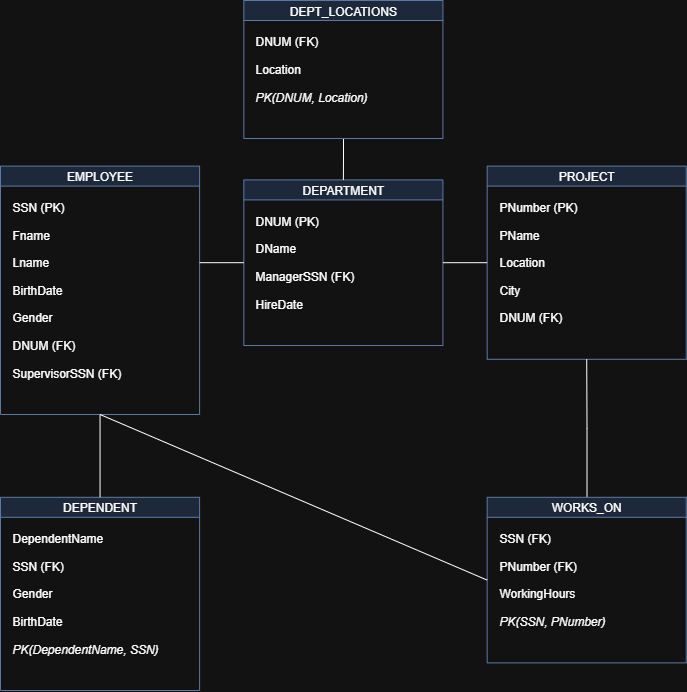
The draw.io diagram Relational Schema.png in 6qzr/Company-ER-Diagram, before a commit. Source tidied: cells renumbered, new cells last; positions are measured from the earlier drawing's top-left corner, leaving out a move shared by most shapes. The source it was exported from:
```xml
<mxGraphModel>
  <root>
    <mxCell id="0" />
    <mxCell id="1" parent="0" />
    <mxCell id="2" value="EMPLOYEE" style="shape=swimlane;startSize=20;fillColor=#dae8fc;strokeColor=#6c8ebf;" parent="1" vertex="1">
      <mxGeometry y="165.6" width="199.1" height="248.4" as="geometry" />
    </mxCell>
    <mxCell id="3" value="SSN (PK)" style="text;html=1;align=left;verticalAlign=middle;spacingLeft=10;" parent="2" vertex="1">
      <mxGeometry y="27.6" width="199.1" height="27.6" as="geometry" />
    </mxCell>
    <mxCell id="4" value="Fname" style="text;html=1;align=left;verticalAlign=middle;spacingLeft=10;" parent="2" vertex="1">
      <mxGeometry y="55.2" width="199.1" height="27.6" as="geometry" />
    </mxCell>
    <mxCell id="5" value="Lname" style="text;html=1;align=left;verticalAlign=middle;spacingLeft=10;" parent="2" vertex="1">
      <mxGeometry y="82.8" width="199.1" height="27.6" as="geometry" />
    </mxCell>
    <mxCell id="6" value="BirthDate" style="text;html=1;align=left;verticalAlign=middle;spacingLeft=10;" parent="2" vertex="1">
      <mxGeometry y="110.4" width="199.1" height="27.6" as="geometry" />
    </mxCell>
    <mxCell id="7" value="Gender" style="text;html=1;align=left;verticalAlign=middle;spacingLeft=10;" parent="2" vertex="1">
      <mxGeometry y="138" width="199.1" height="27.6" as="geometry" />
    </mxCell>
    <mxCell id="8" value="DNUM (FK)" style="text;html=1;align=left;verticalAlign=middle;spacingLeft=10;" parent="2" vertex="1">
      <mxGeometry y="165.6" width="199.1" height="27.6" as="geometry" />
    </mxCell>
    <mxCell id="9" value="SupervisorSSN (FK)" style="text;html=1;align=left;verticalAlign=middle;spacingLeft=10;" parent="2" vertex="1">
      <mxGeometry y="193.2" width="199.1" height="27.6" as="geometry" />
    </mxCell>
    <mxCell id="10" value="DEPARTMENT" style="shape=swimlane;startSize=20;fillColor=#dae8fc;strokeColor=#6c8ebf;" parent="1" vertex="1">
      <mxGeometry x="243.3" y="179.4" width="199.1" height="165.6" as="geometry" />
    </mxCell>
    <mxCell id="11" value="DNUM (PK)" style="text;html=1;align=left;verticalAlign=middle;spacingLeft=10;" parent="10" vertex="1">
      <mxGeometry y="27.6" width="199.1" height="27.6" as="geometry" />
    </mxCell>
    <mxCell id="12" value="DName" style="text;html=1;align=left;verticalAlign=middle;spacingLeft=10;" parent="10" vertex="1">
      <mxGeometry y="55.2" width="199.1" height="27.6" as="geometry" />
    </mxCell>
    <mxCell id="13" value="ManagerSSN (FK)" style="text;html=1;align=left;verticalAlign=middle;spacingLeft=10;" parent="10" vertex="1">
      <mxGeometry y="82.8" width="199.1" height="27.6" as="geometry" />
    </mxCell>
    <mxCell id="14" value="HireDate" style="text;html=1;align=left;verticalAlign=middle;spacingLeft=10;" parent="10" vertex="1">
      <mxGeometry y="110.4" width="199.1" height="27.6" as="geometry" />
    </mxCell>
    <mxCell id="15" value="PROJECT" style="shape=swimlane;startSize=20;fillColor=#dae8fc;strokeColor=#6c8ebf;" parent="1" vertex="1">
      <mxGeometry x="486.7" y="165.6" width="199.1" height="193.2" as="geometry" />
    </mxCell>
    <mxCell id="16" value="PNumber (PK)" style="text;html=1;align=left;verticalAlign=middle;spacingLeft=10;" parent="15" vertex="1">
      <mxGeometry y="27.6" width="199.1" height="27.6" as="geometry" />
    </mxCell>
    <mxCell id="17" value="PName" style="text;html=1;align=left;verticalAlign=middle;spacingLeft=10;" parent="15" vertex="1">
      <mxGeometry y="55.2" width="199.1" height="27.6" as="geometry" />
    </mxCell>
    <mxCell id="18" value="Location" style="text;html=1;align=left;verticalAlign=middle;spacingLeft=10;" parent="15" vertex="1">
      <mxGeometry y="82.8" width="199.1" height="27.6" as="geometry" />
    </mxCell>
    <mxCell id="19" value="City" style="text;html=1;align=left;verticalAlign=middle;spacingLeft=10;" parent="15" vertex="1">
      <mxGeometry y="110.4" width="199.1" height="27.6" as="geometry" />
    </mxCell>
    <mxCell id="20" value="DNUM (FK)" style="text;html=1;align=left;verticalAlign=middle;spacingLeft=10;" parent="15" vertex="1">
      <mxGeometry y="138" width="199.1" height="27.6" as="geometry" />
    </mxCell>
    <mxCell id="21" value="DEPENDENT" style="shape=swimlane;startSize=20;fillColor=#dae8fc;strokeColor=#6c8ebf;" parent="1" vertex="1">
      <mxGeometry y="496.8" width="199.1" height="193.2" as="geometry" />
    </mxCell>
    <mxCell id="22" value="DependentName" style="text;html=1;align=left;verticalAlign=middle;spacingLeft=10;" parent="21" vertex="1">
      <mxGeometry y="27.6" width="199.1" height="27.6" as="geometry" />
    </mxCell>
    <mxCell id="23" value="SSN (FK)" style="text;html=1;align=left;verticalAlign=middle;spacingLeft=10;" parent="21" vertex="1">
      <mxGeometry y="55.2" width="199.1" height="27.6" as="geometry" />
    </mxCell>
    <mxCell id="24" value="Gender" style="text;html=1;align=left;verticalAlign=middle;spacingLeft=10;" parent="21" vertex="1">
      <mxGeometry y="82.8" width="199.1" height="27.6" as="geometry" />
    </mxCell>
    <mxCell id="25" value="BirthDate" style="text;html=1;align=left;verticalAlign=middle;spacingLeft=10;" parent="21" vertex="1">
      <mxGeometry y="110.4" width="199.1" height="27.6" as="geometry" />
    </mxCell>
    <mxCell id="26" value="PK(DependentName, SSN)" style="text;html=1;align=left;verticalAlign=middle;spacingLeft=10;fontStyle=2;" parent="21" vertex="1">
      <mxGeometry y="138" width="199.1" height="27.6" as="geometry" />
    </mxCell>
    <mxCell id="27" style="edgeStyle=orthogonalEdgeStyle;rounded=0;jettySize=auto;html=1;entryX=0.5;entryY=1;entryDx=0;entryDy=0;endArrow=none;endFill=0;" parent="1" edge="1" source="28" target="15">
      <mxGeometry relative="1" as="geometry" />
    </mxCell>
    <mxCell id="28" value="WORKS_ON" style="shape=swimlane;startSize=20;fillColor=#dae8fc;strokeColor=#6c8ebf;" parent="1" vertex="1">
      <mxGeometry x="486.7" y="496.8" width="199.1" height="165.6" as="geometry" />
    </mxCell>
    <mxCell id="29" value="SSN (FK)" style="text;html=1;align=left;verticalAlign=middle;spacingLeft=10;" parent="28" vertex="1">
      <mxGeometry y="27.6" width="199.1" height="27.6" as="geometry" />
    </mxCell>
    <mxCell id="30" value="PNumber (FK)" style="text;html=1;align=left;verticalAlign=middle;spacingLeft=10;" parent="28" vertex="1">
      <mxGeometry y="55.2" width="199.1" height="27.6" as="geometry" />
    </mxCell>
    <mxCell id="31" value="WorkingHours" style="text;html=1;align=left;verticalAlign=middle;spacingLeft=10;" parent="28" vertex="1">
      <mxGeometry y="82.8" width="199.1" height="27.6" as="geometry" />
    </mxCell>
    <mxCell id="32" value="PK(SSN, PNumber)" style="text;html=1;align=left;verticalAlign=middle;spacingLeft=10;fontStyle=2;" parent="28" vertex="1">
      <mxGeometry y="110.4" width="199.1" height="27.6" as="geometry" />
    </mxCell>
    <mxCell id="33" style="endArrow=none;html=1;rounded=0;exitX=1;exitY=0.5;exitDx=0;exitDy=0;entryX=0;entryY=0.5;entryDx=0;entryDy=0;endFill=0;" parent="1" edge="1" source="5" target="10">
      <mxGeometry relative="1" as="geometry" />
    </mxCell>
    <mxCell id="34" style="endArrow=none;html=1;rounded=0;exitX=1;exitY=0.5;exitDx=0;exitDy=0;entryX=0;entryY=0.5;entryDx=0;entryDy=0;endFill=0;" parent="1" edge="1" source="10" target="15">
      <mxGeometry relative="1" as="geometry" />
    </mxCell>
    <mxCell id="35" style="endArrow=none;html=1;rounded=0;exitX=0.5;exitY=1;exitDx=0;exitDy=0;entryX=0.5;entryY=0;entryDx=0;entryDy=0;endFill=0;" parent="1" edge="1" source="2" target="21">
      <mxGeometry relative="1" as="geometry" />
    </mxCell>
    <mxCell id="36" style="endArrow=none;html=1;rounded=0;exitX=0.5;exitY=1;exitDx=0;exitDy=0;entryX=0;entryY=0.5;entryDx=0;entryDy=0;endFill=0;" parent="1" edge="1" source="2" target="28">
      <mxGeometry relative="1" as="geometry" />
    </mxCell>
    <mxCell id="37" style="edgeStyle=orthogonalEdgeStyle;rounded=0;jettySize=auto;html=1;entryX=0.5;entryY=0;entryDx=0;entryDy=0;endArrow=none;endFill=0;" parent="1" edge="1" source="38" target="10">
      <mxGeometry relative="1" as="geometry" />
    </mxCell>
    <mxCell id="38" value="DEPT_LOCATIONS" style="shape=swimlane;startSize=20;fillColor=#dae8fc;strokeColor=#6c8ebf;" parent="1" vertex="1">
      <mxGeometry x="243.3" width="199.1" height="138" as="geometry" />
    </mxCell>
    <mxCell id="39" value="DNUM (FK)" style="text;html=1;align=left;verticalAlign=middle;spacingLeft=10;" parent="38" vertex="1">
      <mxGeometry y="27.6" width="199.1" height="27.6" as="geometry" />
    </mxCell>
    <mxCell id="40" value="Location" style="text;html=1;align=left;verticalAlign=middle;spacingLeft=10;" parent="38" vertex="1">
      <mxGeometry y="55.2" width="199.1" height="27.6" as="geometry" />
    </mxCell>
    <mxCell id="41" value="PK(DNUM, Location)" style="text;html=1;align=left;verticalAlign=middle;spacingLeft=10;fontStyle=2;" parent="38" vertex="1">
      <mxGeometry y="82.8" width="199.1" height="27.6" as="geometry" />
    </mxCell>
  </root>
</mxGraphModel>
```
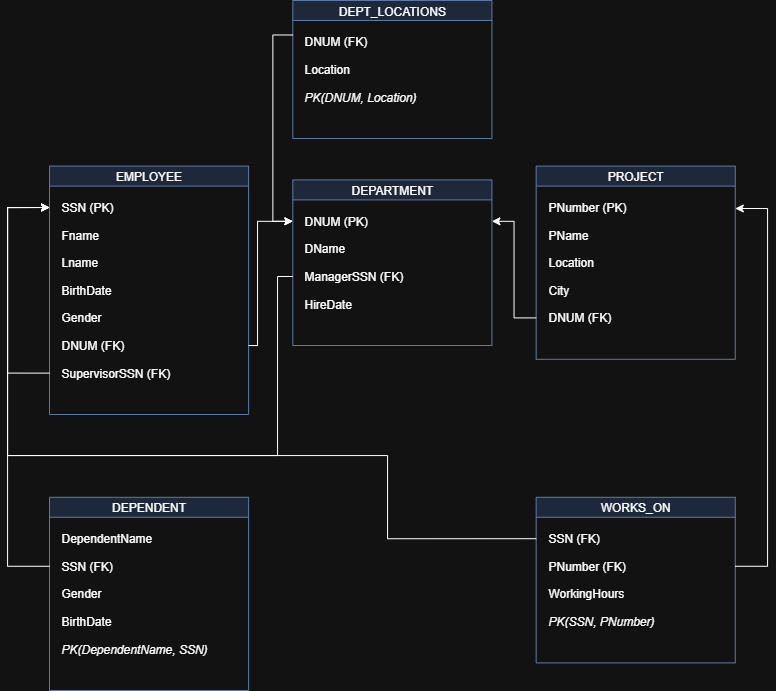
The same diagram one commit later.

The edit, as a diff of the source:
```diff
@@ -14,15 +14,23 @@
     <mxCell id="5" value="Lname" style="text;html=1;align=left;verticalAlign=middle;spacingLeft=10;" parent="2" vertex="1">
       <mxGeometry y="82.8" width="199.1" height="27.6" as="geometry" />
     </mxCell>
-    <mxCell id="6" value="BirthDate" style="text;html=1;align=left;verticalAlign=middle;spacingLeft=10;" parent="2" vertex="1">
-      <mxGeometry y="110.4" width="199.1" height="27.6" as="geometry" />
-    </mxCell>
+    <mxCell id="42" value="BirthDate" style="text;html=1;align=left;verticalAlign=middle;spacingLeft=10;" parent="2" vertex="1">
+      <mxGeometry y="110.4" width="199.1" height="27.6" as="geometry" />
+    </mxCell>
     <mxCell id="7" value="Gender" style="text;html=1;align=left;verticalAlign=middle;spacingLeft=10;" parent="2" vertex="1">
       <mxGeometry y="138" width="199.1" height="27.6" as="geometry" />
     </mxCell>
     <mxCell id="8" value="DNUM (FK)" style="text;html=1;align=left;verticalAlign=middle;spacingLeft=10;" parent="2" vertex="1">
       <mxGeometry y="165.6" width="199.1" height="27.6" as="geometry" />
     </mxCell>
+    <mxCell id="43" style="edgeStyle=orthogonalEdgeStyle;rounded=0;jettySize=auto;html=1;entryX=0;entryY=0.5;entryDx=0;entryDy=0;exitX=0;exitY=0.5;exitDx=0;exitDy=0;" parent="2" edge="1" source="9" target="3">
+      <mxGeometry relative="1" as="geometry">
+        <Array as="points">
+          <mxPoint x="-42" y="207" />
+          <mxPoint x="-42" y="41" />
+        </Array>
+      </mxGeometry>
+    </mxCell>
     <mxCell id="9" value="SupervisorSSN (FK)" style="text;html=1;align=left;verticalAlign=middle;spacingLeft=10;" parent="2" vertex="1">
       <mxGeometry y="193.2" width="199.1" height="27.6" as="geometry" />
     </mxCell>
@@ -71,15 +79,12 @@
     <mxCell id="24" value="Gender" style="text;html=1;align=left;verticalAlign=middle;spacingLeft=10;" parent="21" vertex="1">
       <mxGeometry y="82.8" width="199.1" height="27.6" as="geometry" />
     </mxCell>
-    <mxCell id="25" value="BirthDate" style="text;html=1;align=left;verticalAlign=middle;spacingLeft=10;" parent="21" vertex="1">
-      <mxGeometry y="110.4" width="199.1" height="27.6" as="geometry" />
-    </mxCell>
+    <mxCell id="44" value="BirthDate" style="text;html=1;align=left;verticalAlign=middle;spacingLeft=10;" parent="21" vertex="1">
+      <mxGeometry y="110.4" width="199.1" height="27.6" as="geometry" />
+    </mxCell>
     <mxCell id="26" value="PK(DependentName, SSN)" style="text;html=1;align=left;verticalAlign=middle;spacingLeft=10;fontStyle=2;" parent="21" vertex="1">
       <mxGeometry y="138" width="199.1" height="27.6" as="geometry" />
     </mxCell>
-    <mxCell id="27" style="edgeStyle=orthogonalEdgeStyle;rounded=0;jettySize=auto;html=1;entryX=0.5;entryY=1;entryDx=0;entryDy=0;endArrow=none;endFill=0;" parent="1" edge="1" source="28" target="15">
-      <mxGeometry relative="1" as="geometry" />
-    </mxCell>
     <mxCell id="28" value="WORKS_ON" style="shape=swimlane;startSize=20;fillColor=#dae8fc;strokeColor=#6c8ebf;" parent="1" vertex="1">
       <mxGeometry x="486.7" y="496.8" width="199.1" height="165.6" as="geometry" />
     </mxCell>
@@ -95,21 +100,6 @@
     <mxCell id="32" value="PK(SSN, PNumber)" style="text;html=1;align=left;verticalAlign=middle;spacingLeft=10;fontStyle=2;" parent="28" vertex="1">
       <mxGeometry y="110.4" width="199.1" height="27.6" as="geometry" />
     </mxCell>
-    <mxCell id="33" style="endArrow=none;html=1;rounded=0;exitX=1;exitY=0.5;exitDx=0;exitDy=0;entryX=0;entryY=0.5;entryDx=0;entryDy=0;endFill=0;" parent="1" edge="1" source="5" target="10">
-      <mxGeometry relative="1" as="geometry" />
-    </mxCell>
-    <mxCell id="34" style="endArrow=none;html=1;rounded=0;exitX=1;exitY=0.5;exitDx=0;exitDy=0;entryX=0;entryY=0.5;entryDx=0;entryDy=0;endFill=0;" parent="1" edge="1" source="10" target="15">
-      <mxGeometry relative="1" as="geometry" />
-    </mxCell>
-    <mxCell id="35" style="endArrow=none;html=1;rounded=0;exitX=0.5;exitY=1;exitDx=0;exitDy=0;entryX=0.5;entryY=0;entryDx=0;entryDy=0;endFill=0;" parent="1" edge="1" source="2" target="21">
-      <mxGeometry relative="1" as="geometry" />
-    </mxCell>
-    <mxCell id="36" style="endArrow=none;html=1;rounded=0;exitX=0.5;exitY=1;exitDx=0;exitDy=0;entryX=0;entryY=0.5;entryDx=0;entryDy=0;endFill=0;" parent="1" edge="1" source="2" target="28">
-      <mxGeometry relative="1" as="geometry" />
-    </mxCell>
-    <mxCell id="37" style="edgeStyle=orthogonalEdgeStyle;rounded=0;jettySize=auto;html=1;entryX=0.5;entryY=0;entryDx=0;entryDy=0;endArrow=none;endFill=0;" parent="1" edge="1" source="38" target="10">
-      <mxGeometry relative="1" as="geometry" />
-    </mxCell>
     <mxCell id="38" value="DEPT_LOCATIONS" style="shape=swimlane;startSize=20;fillColor=#dae8fc;strokeColor=#6c8ebf;" parent="1" vertex="1">
       <mxGeometry x="243.3" width="199.1" height="138" as="geometry" />
     </mxCell>
@@ -122,5 +112,55 @@
     <mxCell id="41" value="PK(DNUM, Location)" style="text;html=1;align=left;verticalAlign=middle;spacingLeft=10;fontStyle=2;" parent="38" vertex="1">
       <mxGeometry y="82.8" width="199.1" height="27.6" as="geometry" />
     </mxCell>
+    <mxCell id="45" style="edgeStyle=orthogonalEdgeStyle;rounded=0;jettySize=auto;html=1;entryX=0;entryY=0.5;entryDx=0;entryDy=0;exitX=0;exitY=0.25;exitDx=0;exitDy=0;" parent="1" edge="1" source="38" target="11">
+      <mxGeometry relative="1" as="geometry" />
+    </mxCell>
+    <mxCell id="46" style="edgeStyle=orthogonalEdgeStyle;rounded=0;jettySize=auto;html=1;entryX=0;entryY=0.5;entryDx=0;entryDy=0;" parent="1" edge="1" source="8" target="11">
+      <mxGeometry relative="1" as="geometry">
+        <Array as="points">
+          <mxPoint x="208" y="345" />
+          <mxPoint x="208" y="221" />
+        </Array>
+      </mxGeometry>
+    </mxCell>
+    <mxCell id="47" style="edgeStyle=orthogonalEdgeStyle;rounded=0;jettySize=auto;html=1;entryX=1;entryY=0.5;entryDx=0;entryDy=0;" parent="1" edge="1" source="20" target="11">
+      <mxGeometry relative="1" as="geometry" />
+    </mxCell>
+    <mxCell id="48" style="edgeStyle=orthogonalEdgeStyle;rounded=0;jettySize=auto;html=1;entryX=0;entryY=0.5;entryDx=0;entryDy=0;exitX=0;exitY=0.5;exitDx=0;exitDy=0;" parent="1" edge="1" source="29" target="3">
+      <mxGeometry relative="1" as="geometry">
+        <Array as="points">
+          <mxPoint x="338" y="538" />
+          <mxPoint x="338" y="455" />
+          <mxPoint x="-42" y="455" />
+          <mxPoint x="-42" y="207" />
+        </Array>
+      </mxGeometry>
+    </mxCell>
+    <mxCell id="49" style="edgeStyle=orthogonalEdgeStyle;rounded=0;jettySize=auto;html=1;entryX=0;entryY=0.5;entryDx=0;entryDy=0;" parent="1" edge="1" source="23" target="3">
+      <mxGeometry relative="1" as="geometry">
+        <Array as="points">
+          <mxPoint x="-42" y="566" />
+          <mxPoint x="-42" y="207" />
+        </Array>
+      </mxGeometry>
+    </mxCell>
+    <mxCell id="50" style="edgeStyle=orthogonalEdgeStyle;rounded=0;jettySize=auto;html=1;entryX=1;entryY=0.5;entryDx=0;entryDy=0;" parent="1" edge="1" source="30" target="16">
+      <mxGeometry relative="1" as="geometry">
+        <Array as="points">
+          <mxPoint x="718" y="565.8" />
+          <mxPoint x="718" y="208" />
+        </Array>
+      </mxGeometry>
+    </mxCell>
+    <mxCell id="51" style="edgeStyle=orthogonalEdgeStyle;rounded=0;jettySize=auto;html=1;entryX=0;entryY=0.5;entryDx=0;entryDy=0;" parent="1" edge="1" source="13" target="3">
+      <mxGeometry relative="1" as="geometry">
+        <Array as="points">
+          <mxPoint x="228" y="276" />
+          <mxPoint x="228" y="455" />
+          <mxPoint x="-42" y="455" />
+          <mxPoint x="-42" y="207" />
+        </Array>
+      </mxGeometry>
+    </mxCell>
   </root>
 </mxGraphModel>
```
